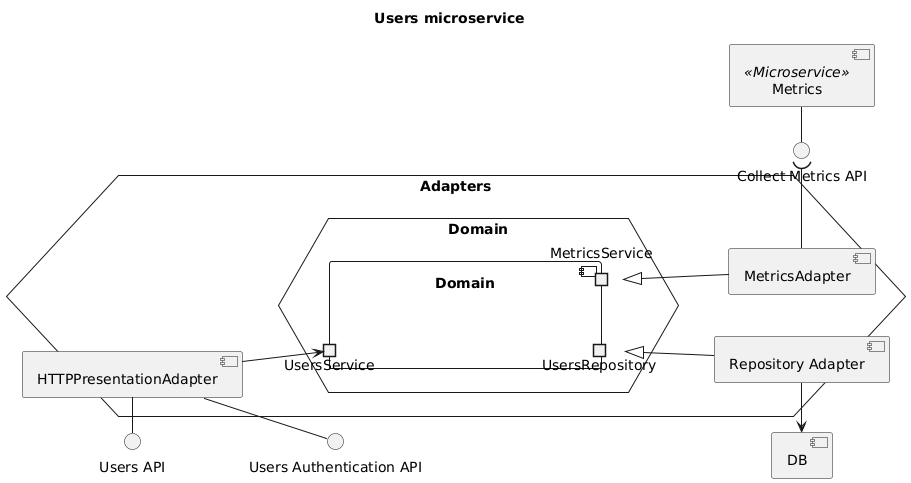
The PlantUML diagram doc/diagrams/users-components.png in Ventus218/SAP-assignment-02, before a commit.
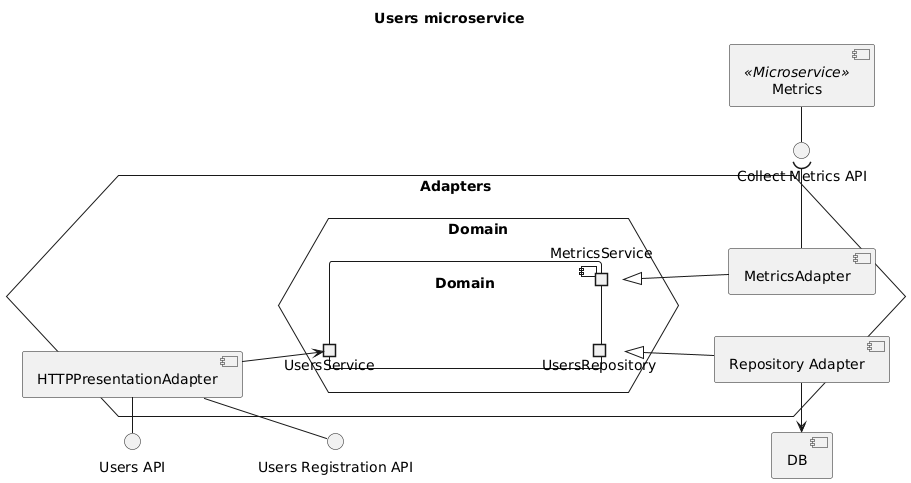
Later version of the same file.

Commit message:
Automatically generated PlantUML diagrams

The edit, as a diff of the source:
```diff
@@ -6,7 +6,7 @@
 
 component "DB"
 interface "Users API" as UsersAPI
-interface "Users Authentication API" as UsersAuthAPI
+interface "Users Registration API" as UsersRegistrationAPI
 interface "Collect Metrics API" as CollectMetricsAPI
 
 hexagon Adapters {
@@ -29,8 +29,8 @@
     component "HTTPPresentationAdapter" as HTTPAdapter
     HTTPAdapter -d-> UsersService
     HTTPAdapter -() UsersAPI
-    HTTPAdapter -() UsersAuthAPI
-    UsersAPI -[hidden]-> UsersAuthAPI
+    HTTPAdapter -() UsersRegistrationAPI
+    UsersAPI -[hidden]-> UsersRegistrationAPI
 }
 
 component "Metrics" as Metrics <<Microservice>>
```
